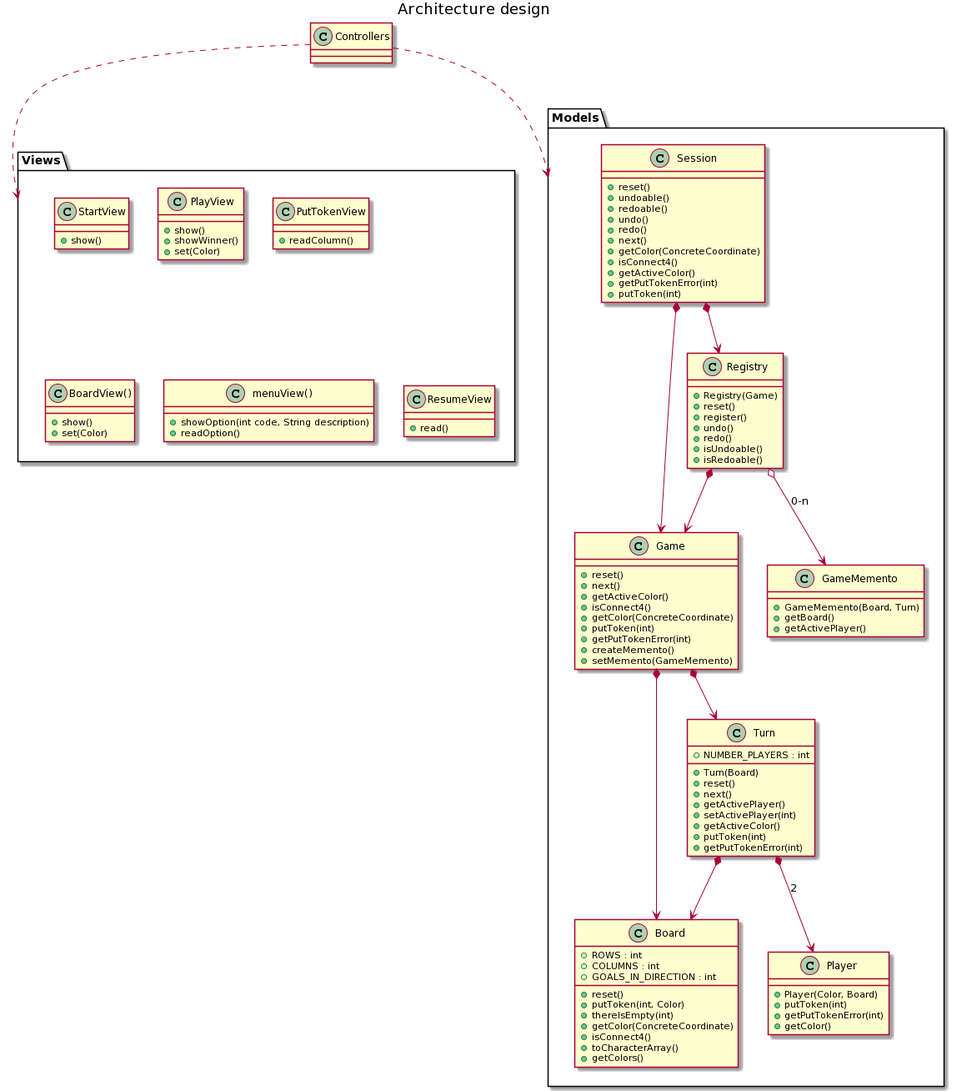
Before: doc/out/design/design.png, a diagram exported from PlantUML (hugohg34/conecta4). Its diagram source:
```plantuml
@startuml
title "Architecture design"

package Views{
	class StartView{
		+ show()
	}
	class PlayView{
		+ show()
		+ showWinner()
		+ set(Color)
	}
	class PutTokenView{
		+ readColumn()
	}

	class BoardView(){
		+ show()
		+ set(Color)
	}
	class menuView(){
		+ showOption(int code, String description)
		+ readOption()
	}
	class ResumeView{
		+ read()
	}
}

package Models{
	class Game{
		+ reset()
		+ next()
		+ getActiveColor()
		+ isConnect4()
		+ getColor(ConcreteCoordinate)
		+ putToken(int)
		+ getPutTokenError(int)
		+ createMemento()
		+ setMemento(GameMemento)
	}

	class Session{
		+ reset()
		+ undoable()
		+ redoable()
		+ undo()
		+ redo()
		+ next()
		+ getColor(ConcreteCoordinate)
		+ isConnect4()
		+ getActiveColor()
		+ getPutTokenError(int)
		+ putToken(int)
	}

	class Registry{
		+ Registry(Game)
		+ reset()
		+ register()
		+ undo()
		+ redo()
		+ isUndoable()
		+ isRedoable()
	}

	class GameMemento{
		+ GameMemento(Board, Turn)
		+ getBoard()
		+ getActivePlayer()
	}

	class Board{
		+ ROWS : int
		+ COLUMNS : int
		+ GOALS_IN_DIRECTION : int
		+ reset()
		+  putToken(int, Color)
		+ thereIsEmpty(int)
		+ getColor(ConcreteCoordinate)
		+ isConnect4()
		+ toCharacterArray()
		+ getColors()
	}
	class Player{
		+ Player(Color, Board)
		+ putToken(int)
		+ getPutTokenError(int)
		+ getColor()
	}
	class Turn{
		+ NUMBER_PLAYERS : int
		+ Turn(Board)
		+ reset()
		+ next()
		+ getActivePlayer()
		+ setActivePlayer(int)
		+ getActiveColor()
		+ putToken(int)
		+ getPutTokenError(int)
	}

	Session *--> Game
	Session *--> Registry
	Registry *--> Game
	Registry o--> GameMemento : 0-n

	Game *--> Board
	Game *--> Turn
	Turn *--> Board
	Turn *--> Player :2
}

Controllers ..> Views
Controllers ..> Models
@enduml
```
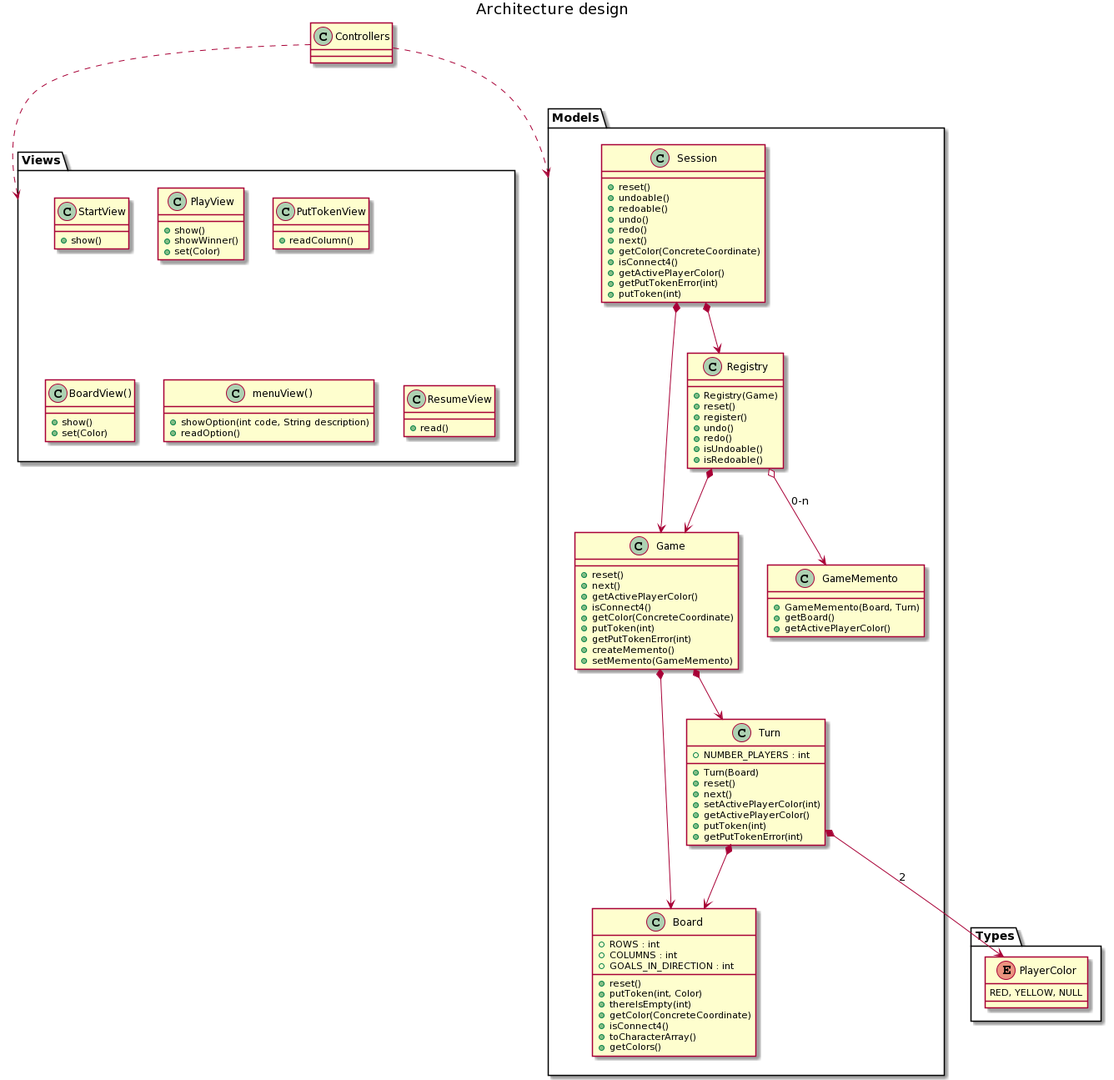
After the commit.

Commit message:
Design remove class Player, rename methods

What changed in the source:
```diff
@@ -27,11 +27,17 @@
 	}
 }
 
+package Types{
+	enum PlayerColor{
+		RED, YELLOW, NULL
+	}
+}
+
 package Models{
 	class Game{
 		+ reset()
 		+ next()
-		+ getActiveColor()
+		+ getActivePlayerColor()
 		+ isConnect4()
 		+ getColor(ConcreteCoordinate)
 		+ putToken(int)
@@ -49,7 +55,7 @@
 		+ next()
 		+ getColor(ConcreteCoordinate)
 		+ isConnect4()
-		+ getActiveColor()
+		+ getActivePlayerColor()
 		+ getPutTokenError(int)
 		+ putToken(int)
 	}
@@ -67,7 +73,7 @@
 	class GameMemento{
 		+ GameMemento(Board, Turn)
 		+ getBoard()
-		+ getActivePlayer()
+		+ getActivePlayerColor()
 	}
 
 	class Board{
@@ -82,20 +88,14 @@
 		+ toCharacterArray()
 		+ getColors()
 	}
-	class Player{
-		+ Player(Color, Board)
-		+ putToken(int)
-		+ getPutTokenError(int)
-		+ getColor()
-	}
+
 	class Turn{
 		+ NUMBER_PLAYERS : int
 		+ Turn(Board)
 		+ reset()
 		+ next()
-		+ getActivePlayer()
-		+ setActivePlayer(int)
-		+ getActiveColor()
+		+ setActivePlayerColor(int)
+		+ getActivePlayerColor()
 		+ putToken(int)
 		+ getPutTokenError(int)
 	}
@@ -108,7 +108,7 @@
 	Game *--> Board
 	Game *--> Turn
 	Turn *--> Board
-	Turn *--> Player :2
+	Turn *--> PlayerColor :2
 }
 
 Controllers ..> Views
```
